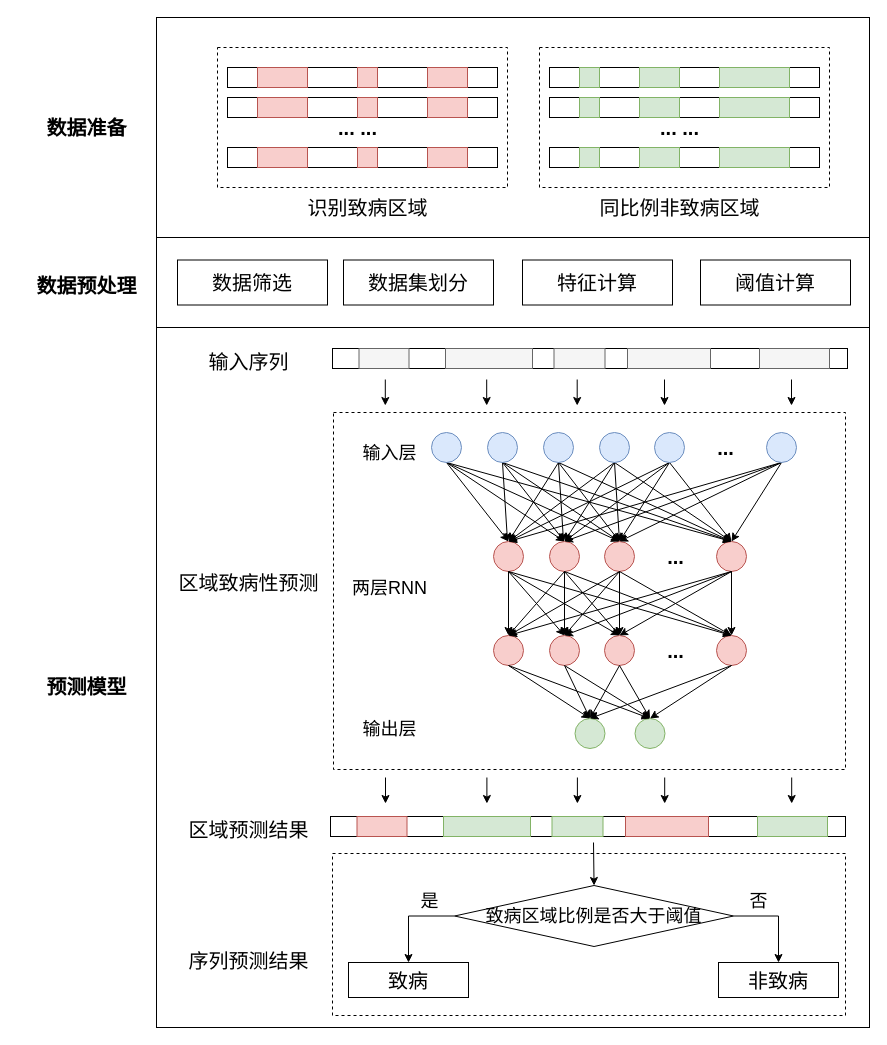
Before: 肺癌-深度学习.drawio in XDcat/draw.io_2, a draw.io diagram. Source tidied: cells renumbered, new cells numbered last; positions are measured from the earlier drawing's top-left corner, leaving out a move shared by most shapes. Both pictures are drawn from the tidied source at 100%, with x=0, y=0 at pixel (26, 17).
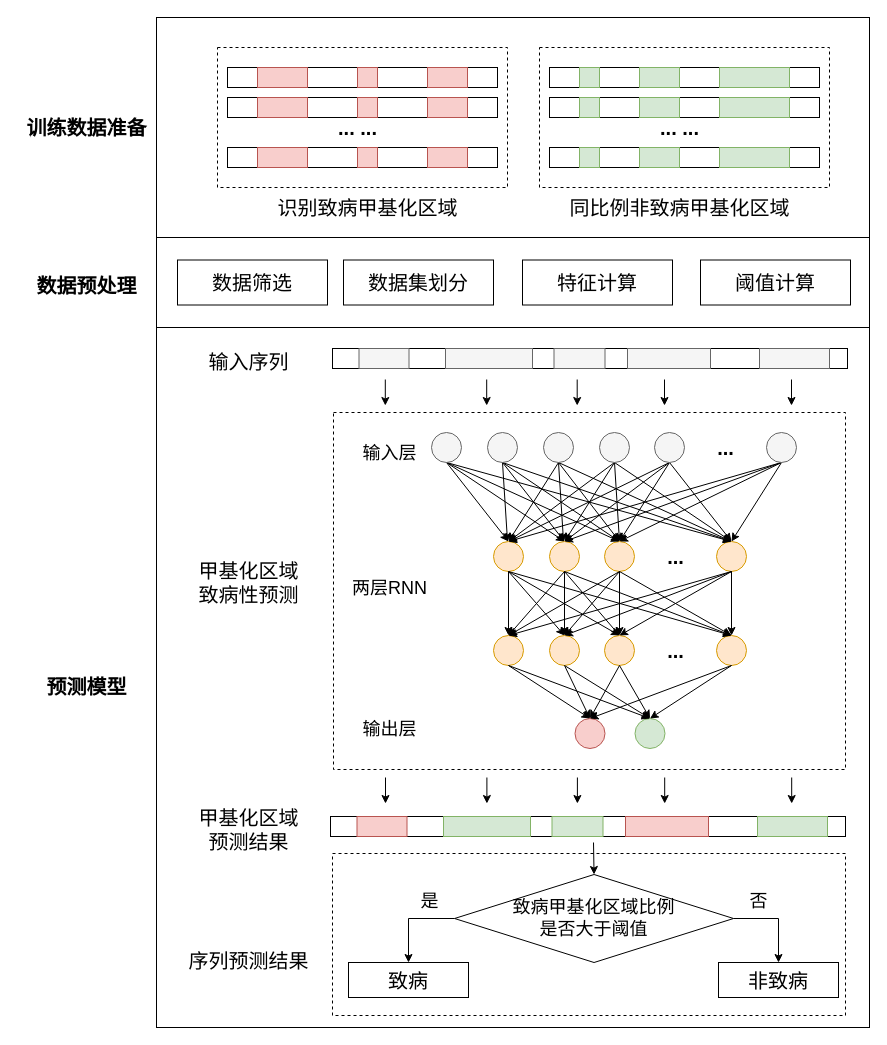
The same diagram, later.

Commit message:
更新肺癌-深度学习.drawio

The change refers to these unchanged cells:
```xml
<mxCell id="46" style="group;" parent="1" vertex="1">
  <mxGeometry x="405" y="410" width="365" height="321" as="geometry" />
</mxCell>
<mxCell id="47" style="group;" parent="46" vertex="1">
  <mxGeometry x="62" y="203" width="253" height="40" as="geometry" />
</mxCell>
<mxCell id="53" style="group;" parent="46" vertex="1">
  <mxGeometry x="62" y="109" width="253" height="40" as="geometry" />
</mxCell>
```

What changed in the source:
```diff
@@
-    <mxCell id="12" value="识别致病区域" style="text;html=1;align=center;verticalAlign=middle;strokeColor=none;fillColor=none;fontSize=20;" parent="1" vertex="1">
-      <mxGeometry x="271" y="170" width="140" height="40" as="geometry" />
+    <mxCell id="12" value="识别致病甲基化区域" style="text;html=1;align=center;verticalAlign=middle;strokeColor=none;fillColor=none;fontSize=20;" parent="1" vertex="1">
+      <mxGeometry x="242" y="172" width="198" height="36" as="geometry" />
     </mxCell>
@@
-    <mxCell id="35" value="同比例非致病区域" style="text;html=1;align=center;verticalAlign=middle;strokeColor=none;fillColor=none;fontSize=20;" parent="1" vertex="1">
-      <mxGeometry x="563" y="170" width="180" height="40" as="geometry" />
+    <mxCell id="35" value="同比例非致病甲基化区域" style="text;html=1;align=center;verticalAlign=middle;strokeColor=none;fillColor=none;fontSize=20;" parent="1" vertex="1">
+      <mxGeometry x="534" y="172" width="238" height="36" as="geometry" />
     </mxCell>
-    <mxCell id="36" value="数据准备" style="text;html=1;align=center;verticalAlign=middle;strokeColor=none;fillColor=none;fontSize=20;fontStyle=1;" parent="1" vertex="1">
-      <mxGeometry x="10" y="90" width="100" height="40" as="geometry" />
+    <mxCell id="36" value="训练数据准备" style="text;html=1;align=center;verticalAlign=middle;strokeColor=none;fillColor=none;fontSize=20;fontStyle=1;" parent="1" vertex="1">
+      <mxGeometry x="-9" y="92" width="138" height="36" as="geometry" />
     </mxCell>
@@
-    <mxCell id="48" style="ellipse;whiteSpace=wrap;html=1;fillColor=#f8cecc;strokeColor=#b85450;" parent="47" vertex="1">
+    <mxCell id="48" style="ellipse;whiteSpace=wrap;html=1;fillColor=#ffe6cc;strokeColor=#d79b00;" parent="47" vertex="1">
       <mxGeometry y="5" width="30" height="30" as="geometry" />
     </mxCell>
-    <mxCell id="49" style="ellipse;whiteSpace=wrap;html=1;fillColor=#f8cecc;strokeColor=#b85450;" parent="47" vertex="1">
+    <mxCell id="49" style="ellipse;whiteSpace=wrap;html=1;fillColor=#ffe6cc;strokeColor=#d79b00;" parent="47" vertex="1">
       <mxGeometry x="56" y="5" width="30" height="30" as="geometry" />
     </mxCell>
-    <mxCell id="50" style="ellipse;whiteSpace=wrap;html=1;fillColor=#f8cecc;strokeColor=#b85450;" parent="47" vertex="1">
+    <mxCell id="50" style="ellipse;whiteSpace=wrap;html=1;fillColor=#ffe6cc;strokeColor=#d79b00;" parent="47" vertex="1">
       <mxGeometry x="111" y="5" width="30" height="30" as="geometry" />
     </mxCell>
-    <mxCell id="51" style="ellipse;whiteSpace=wrap;html=1;fillColor=#f8cecc;strokeColor=#b85450;" parent="47" vertex="1">
+    <mxCell id="51" style="ellipse;whiteSpace=wrap;html=1;fillColor=#ffe6cc;strokeColor=#d79b00;" parent="47" vertex="1">
       <mxGeometry x="223" y="5" width="30" height="30" as="geometry" />
     </mxCell>
@@
-    <mxCell id="54" style="ellipse;whiteSpace=wrap;html=1;fillColor=#f8cecc;strokeColor=#b85450;" parent="53" vertex="1">
+    <mxCell id="54" style="ellipse;whiteSpace=wrap;html=1;fillColor=#ffe6cc;strokeColor=#d79b00;" parent="53" vertex="1">
       <mxGeometry y="5" width="30" height="30" as="geometry" />
     </mxCell>
-    <mxCell id="55" style="ellipse;whiteSpace=wrap;html=1;fillColor=#f8cecc;strokeColor=#b85450;" parent="53" vertex="1">
+    <mxCell id="55" style="ellipse;whiteSpace=wrap;html=1;fillColor=#ffe6cc;strokeColor=#d79b00;" parent="53" vertex="1">
       <mxGeometry x="56" y="5" width="30" height="30" as="geometry" />
     </mxCell>
-    <mxCell id="56" style="ellipse;whiteSpace=wrap;html=1;fillColor=#f8cecc;strokeColor=#b85450;" parent="53" vertex="1">
+    <mxCell id="56" style="ellipse;whiteSpace=wrap;html=1;fillColor=#ffe6cc;strokeColor=#d79b00;" parent="53" vertex="1">
       <mxGeometry x="111" y="5" width="30" height="30" as="geometry" />
     </mxCell>
-    <mxCell id="57" style="ellipse;whiteSpace=wrap;html=1;fillColor=#f8cecc;strokeColor=#b85450;" parent="53" vertex="1">
+    <mxCell id="57" style="ellipse;whiteSpace=wrap;html=1;fillColor=#ffe6cc;strokeColor=#d79b00;" parent="53" vertex="1">
       <mxGeometry x="223" y="5" width="30" height="30" as="geometry" />
     </mxCell>
@@
-    <mxCell id="59" style="ellipse;whiteSpace=wrap;html=1;fillColor=#d5e8d4;strokeColor=#82b366;" parent="46" vertex="1">
+    <mxCell id="59" style="ellipse;whiteSpace=wrap;html=1;fillColor=#f8cecc;strokeColor=#b85450;" parent="46" vertex="1">
       <mxGeometry x="143.5" y="291" width="30" height="30" as="geometry" />
     </mxCell>
@@
-    <mxCell id="65" style="ellipse;whiteSpace=wrap;html=1;fillColor=#dae8fc;strokeColor=#6c8ebf;" parent="46" vertex="1">
+    <mxCell id="65" style="ellipse;whiteSpace=wrap;html=1;fillColor=#f5f5f5;strokeColor=#666666;fontColor=#333333;" parent="46" vertex="1">
       <mxGeometry y="5" width="30" height="30" as="geometry" />
     </mxCell>
@@
-    <mxCell id="70" style="ellipse;whiteSpace=wrap;html=1;fillColor=#dae8fc;strokeColor=#6c8ebf;" parent="46" vertex="1">
+    <mxCell id="70" style="ellipse;whiteSpace=wrap;html=1;fillColor=#f5f5f5;strokeColor=#666666;fontColor=#333333;" parent="46" vertex="1">
       <mxGeometry x="56" y="5" width="30" height="30" as="geometry" />
     </mxCell>
@@
-    <mxCell id="75" style="ellipse;whiteSpace=wrap;html=1;fillColor=#dae8fc;strokeColor=#6c8ebf;" parent="46" vertex="1">
+    <mxCell id="75" style="ellipse;whiteSpace=wrap;html=1;fillColor=#f5f5f5;strokeColor=#666666;fontColor=#333333;" parent="46" vertex="1">
       <mxGeometry x="112" y="5" width="30" height="30" as="geometry" />
     </mxCell>
@@
-    <mxCell id="80" style="ellipse;whiteSpace=wrap;html=1;fillColor=#dae8fc;strokeColor=#6c8ebf;" parent="46" vertex="1">
+    <mxCell id="80" style="ellipse;whiteSpace=wrap;html=1;fillColor=#f5f5f5;strokeColor=#666666;fontColor=#333333;" parent="46" vertex="1">
       <mxGeometry x="168" y="5" width="30" height="30" as="geometry" />
     </mxCell>
@@
-    <mxCell id="85" style="ellipse;whiteSpace=wrap;html=1;fillColor=#dae8fc;strokeColor=#6c8ebf;" parent="46" vertex="1">
+    <mxCell id="85" style="ellipse;whiteSpace=wrap;html=1;fillColor=#f5f5f5;strokeColor=#666666;fontColor=#333333;" parent="46" vertex="1">
       <mxGeometry x="223" y="5" width="30" height="30" as="geometry" />
     </mxCell>
@@
-    <mxCell id="90" style="ellipse;whiteSpace=wrap;html=1;fillColor=#dae8fc;strokeColor=#6c8ebf;" parent="46" vertex="1">
+    <mxCell id="90" style="ellipse;whiteSpace=wrap;html=1;fillColor=#f5f5f5;strokeColor=#666666;fontColor=#333333;" parent="46" vertex="1">
       <mxGeometry x="335" y="5" width="30" height="30" as="geometry" />
     </mxCell>
@@
-    <mxCell id="118" value="区域致病性预测" style="text;html=1;align=center;verticalAlign=middle;strokeColor=none;fillColor=none;fontSize=20;" parent="1" vertex="1">
-      <mxGeometry x="143" y="547" width="158" height="36" as="geometry" />
+    <mxCell id="118" value="甲基化区域&lt;br&gt;致病性预测" style="text;html=1;align=center;verticalAlign=middle;strokeColor=none;fillColor=none;fontSize=20;" parent="1" vertex="1">
+      <mxGeometry x="163" y="535" width="118" height="60" as="geometry" />
     </mxCell>
@@
-    <mxCell id="126" value="致病区域比例是否大于阈值" style="rhombus;whiteSpace=wrap;html=1;fontSize=18;" parent="1" vertex="1">
-      <mxGeometry x="428.1" y="868" width="278.9" height="61" as="geometry" />
+    <mxCell id="126" value="致病甲基化区域比例&lt;br&gt;是否大于阈值" style="rhombus;whiteSpace=wrap;html=1;fontSize=18;" parent="1" vertex="1">
+      <mxGeometry x="428.1" y="857" width="278.9" height="88" as="geometry" />
     </mxCell>
@@
-    <mxCell id="132" value="区域预测结果" style="text;html=1;align=center;verticalAlign=middle;strokeColor=none;fillColor=none;fontSize=20;" parent="1" vertex="1">
-      <mxGeometry x="153" y="794" width="138" height="36" as="geometry" />
+    <mxCell id="132" value="甲基化区域&lt;br&gt;预测结果" style="text;html=1;align=center;verticalAlign=middle;strokeColor=none;fillColor=none;fontSize=20;" parent="1" vertex="1">
+      <mxGeometry x="163" y="782" width="118" height="60" as="geometry" />
     </mxCell>
```
